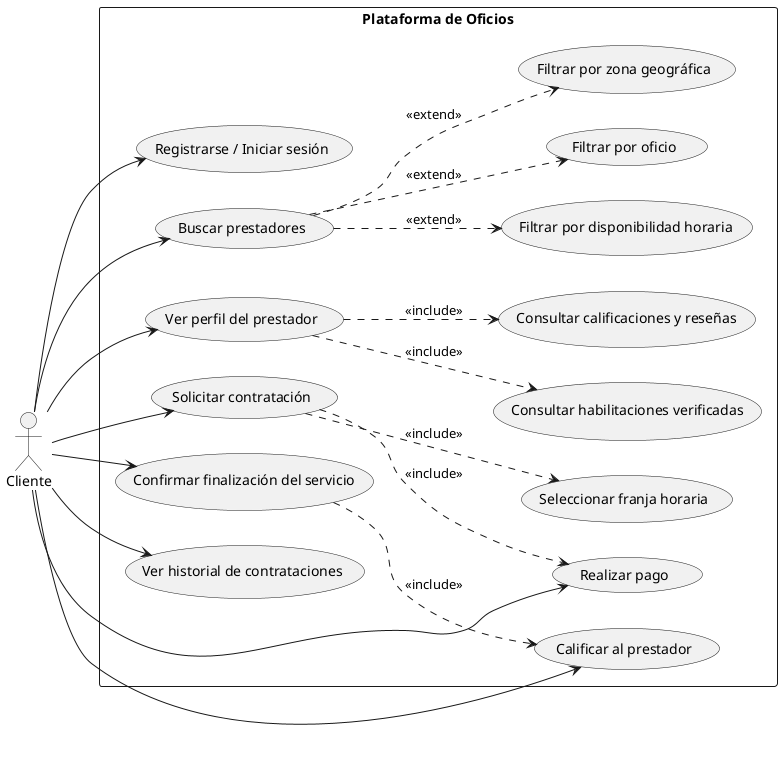
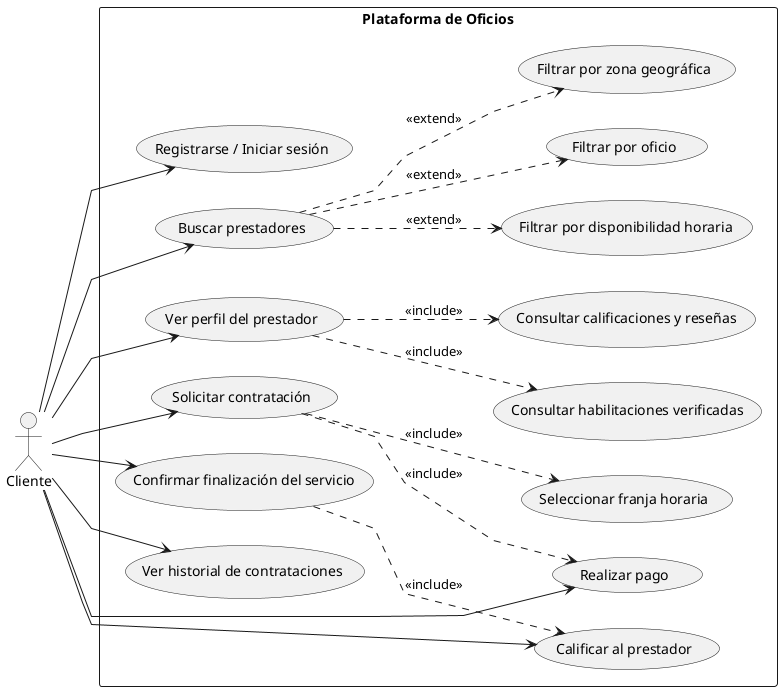
@startuml

left to right direction

actor "Cliente" as cliente
+ 
+ skinparam linetype polyline

rectangle "Plataforma de Oficios" {

  usecase "Registrarse / Iniciar sesión" as UC1
  usecase "Buscar prestadores" as UC2
  usecase "Filtrar por oficio" as UC3
  usecase "Filtrar por zona geográfica" as UC4
  usecase "Filtrar por disponibilidad horaria" as UC5
  usecase "Ver perfil del prestador" as UC6
  usecase "Consultar habilitaciones verificadas" as UC7
  usecase "Consultar calificaciones y reseñas" as UC8
  usecase "Solicitar contratación" as UC9
  usecase "Seleccionar franja horaria" as UC10
  usecase "Realizar pago" as UC11
  usecase "Confirmar finalización del servicio" as UC12
  usecase "Calificar al prestador" as UC13
  usecase "Ver historial de contrataciones" as UC14

}

cliente --> UC1
cliente --> UC2
cliente --> UC6
cliente --> UC9
cliente --> UC11
cliente --> UC12
cliente --> UC13
cliente --> UC14

UC2 ..> UC3 : <<extend>>
UC2 ..> UC4 : <<extend>>
UC2 ..> UC5 : <<extend>>

UC6 ..> UC7 : <<include>>
UC6 ..> UC8 : <<include>>

UC9 ..> UC10 : <<include>>
UC9 ..> UC11 : <<include>>

UC12 ..> UC13 : <<include>>

@enduml